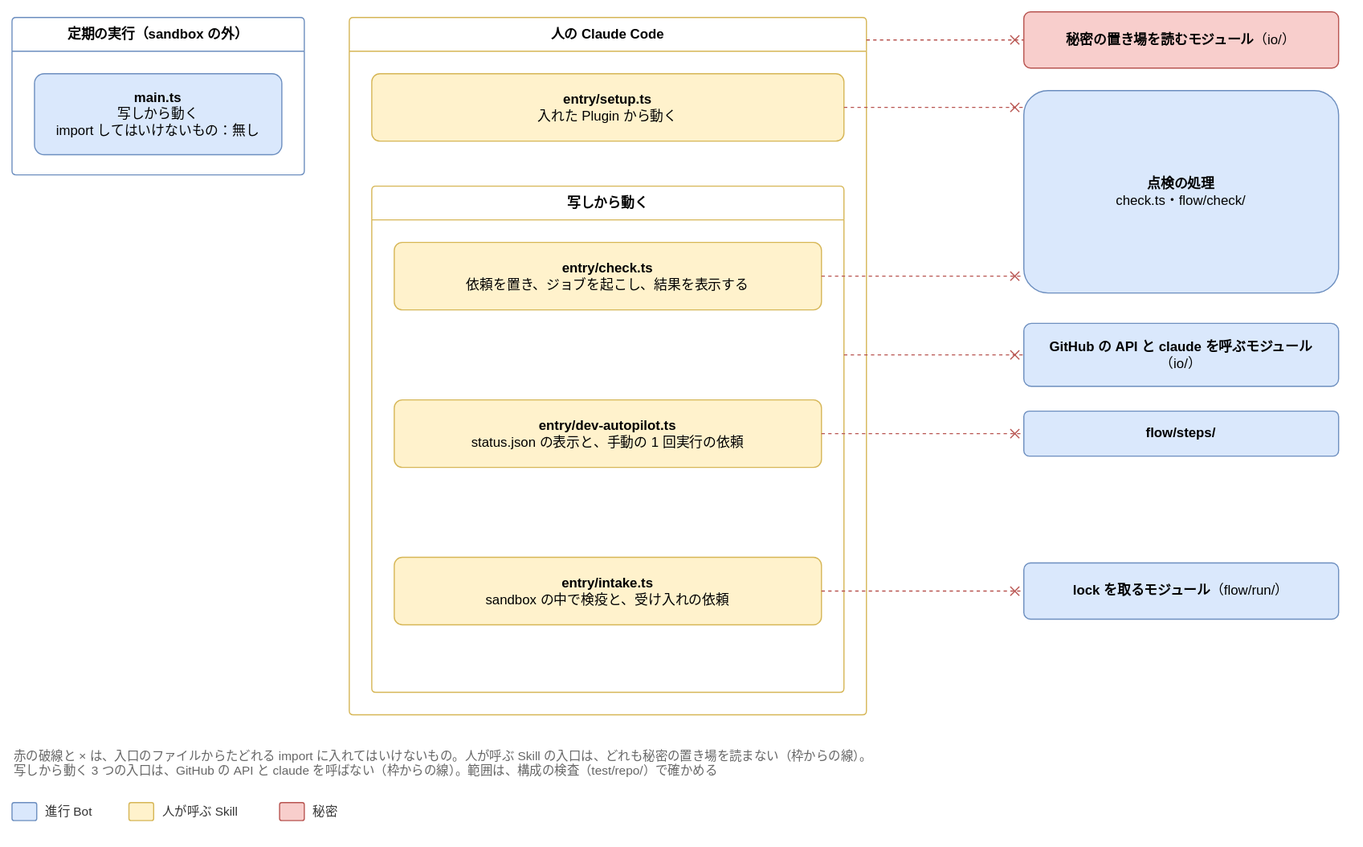
The draw.io diagram docs/design/detailed/diagrams/00-entries.drawio.svg in Joymerrevent/dev-autopilot, before a commit. Source tidied: cells renumbered, new cells last; positions are measured from the earlier drawing's top-left corner, leaving out a move shared by most shapes.
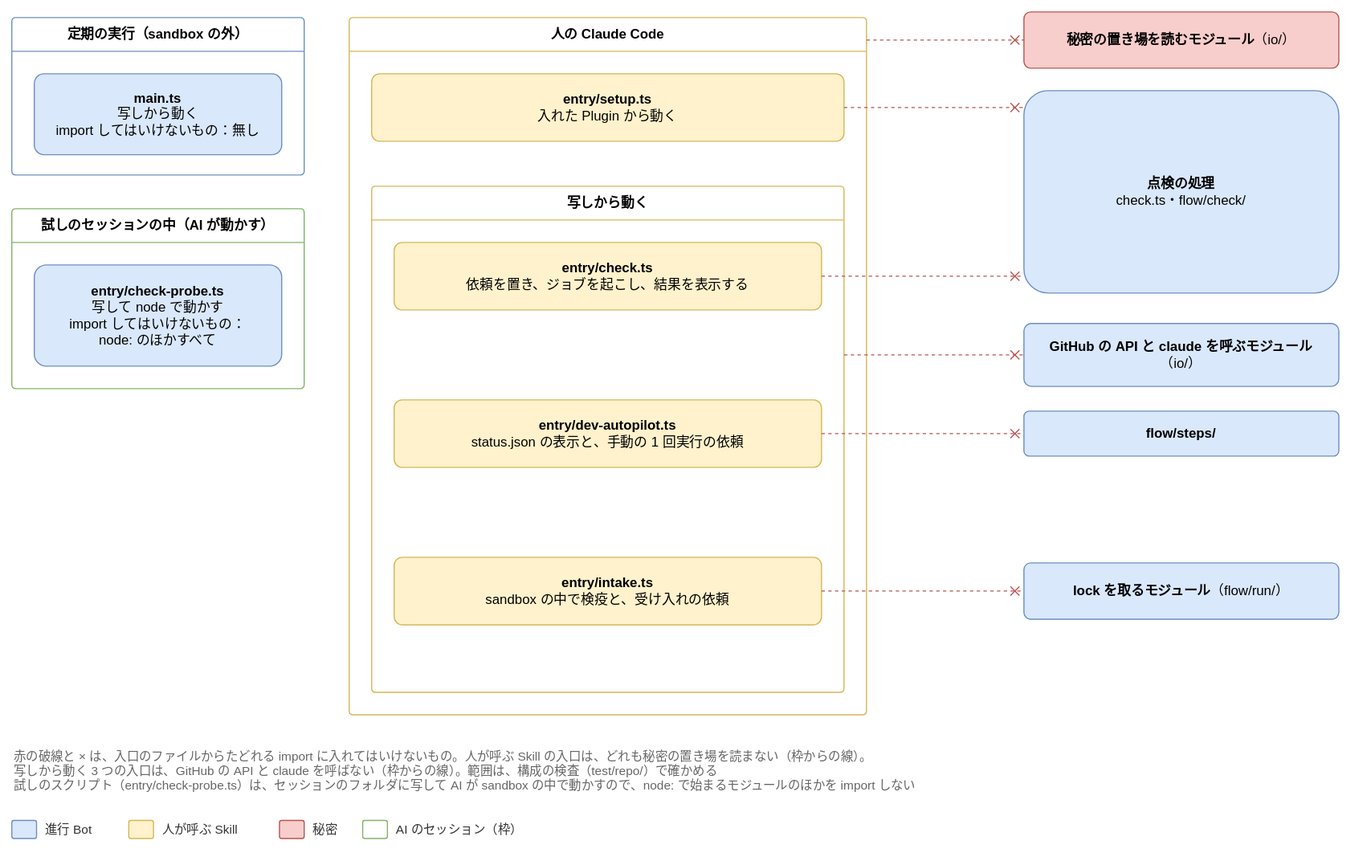
Later version of the same file.

Commit message:
docs(design): 詳細設計の README と入口の図に、点検の文書と試しのスクリプトの入口を載せる

文書の一覧の 04 を「あり」にし、logic/check/ に点検の結果の形と試しのセッションの判定を足す。
試しのスクリプト entry/check-probe.ts を、モジュールの一覧と入口ごとの import の範囲
（node: のほかを import しない）と、図 00-entries に足す。

Claude-Session: https://claude.ai/code/session_01LvmXQN14Y95msvojZ6hWNP

What changed in the source:
```diff
@@ -8,6 +8,12 @@
     <mxCell id="3" value="&lt;b&gt;main.ts&lt;/b&gt;&lt;br&gt;写しから動く&lt;br&gt;import してはいけないもの：無し" style="rounded=1;whiteSpace=wrap;html=1;fontSize=12;arcSize=12;spacing=12;fillColor=#dae8fc;strokeColor=#6c8ebf;" parent="2" vertex="1">
       <mxGeometry x="20" y="50" width="220" height="72" as="geometry" />
     </mxCell>
+    <mxCell id="28" value="試しのセッションの中（AI が動かす）" style="swimlane;startSize=30;html=1;whiteSpace=wrap;rounded=1;arcSize=4;fontStyle=1;fontSize=12;fillColor=none;swimlaneFillColor=none;strokeColor=#82b366;" parent="1" vertex="1">
+      <mxGeometry y="175" width="260" height="160" as="geometry" />
+    </mxCell>
+    <mxCell id="29" value="&lt;b&gt;entry/check-probe.ts&lt;/b&gt;&lt;br&gt;写して node で動かす&lt;br&gt;import してはいけないもの：&lt;br&gt;node: のほかすべて" style="rounded=1;whiteSpace=wrap;html=1;fontSize=12;arcSize=12;spacing=12;fillColor=#dae8fc;strokeColor=#6c8ebf;" parent="28" vertex="1">
+      <mxGeometry x="20" y="50" width="220" height="90" as="geometry" />
+    </mxCell>
     <mxCell id="4" value="人の Claude Code" style="swimlane;startSize=30;html=1;whiteSpace=wrap;rounded=1;arcSize=4;fontStyle=1;fontSize=12;fillColor=none;swimlaneFillColor=none;strokeColor=#d6b656;" parent="1" vertex="1">
       <mxGeometry x="300" y="5" width="460" height="620" as="geometry" />
     </mxCell>
@@ -59,26 +65,32 @@
     <mxCell id="20" style="edgeStyle=orthogonalEdgeStyle;rounded=1;html=1;endArrow=block;endFill=1;fontSize=11;labelBackgroundColor=#ffffff;dashed=1;strokeColor=#b85450;fontColor=#b85450;endArrow=cross;endFill=0;exitX=1;exitY=0.5;exitDx=0;exitDy=0;entryX=0;entryY=0.5;entryDx=0;entryDy=0;" parent="1" edge="1" source="9" target="14">
       <mxGeometry relative="1" as="geometry" />
     </mxCell>
-    <mxCell id="21" value="赤の破線と × は、入口のファイルからたどれる import に入れてはいけないもの。人が呼ぶ Skill の入口は、どれも秘密の置き場を読まない（枠からの線）。&lt;br&gt;写しから動く 3 つの入口は、GitHub の API と claude を呼ばない（枠からの線）。範囲は、構成の検査（test/repo/）で確かめる" style="text;html=1;whiteSpace=wrap;align=left;verticalAlign=top;fontSize=11;fontColor=#666666;" parent="1" vertex="1">
-      <mxGeometry y="649" width="1180" height="40" as="geometry" />
+    <mxCell id="21" value="赤の破線と × は、入口のファイルからたどれる import に入れてはいけないもの。人が呼ぶ Skill の入口は、どれも秘密の置き場を読まない（枠からの線）。&lt;br&gt;写しから動く 3 つの入口は、GitHub の API と claude を呼ばない（枠からの線）。範囲は、構成の検査（test/repo/）で確かめる&lt;br&gt;試しのスクリプト（entry/check-probe.ts）は、セッションのフォルダに写して AI が sandbox の中で動かすので、node: で始まるモジュールのほかを import しない" style="text;html=1;whiteSpace=wrap;align=left;verticalAlign=top;fontSize=11;fontColor=#666666;" parent="1" vertex="1">
+      <mxGeometry y="649" width="1180" height="56" as="geometry" />
     </mxCell>
     <mxCell id="22" style="rounded=1;whiteSpace=wrap;html=1;fontSize=12;arcSize=12;spacing=12;fillColor=#dae8fc;strokeColor=#6c8ebf;" parent="1" vertex="1">
-      <mxGeometry y="703" width="22" height="16" as="geometry" />
+      <mxGeometry y="719" width="22" height="16" as="geometry" />
     </mxCell>
     <mxCell id="23" value="進行 Bot" style="text;html=1;align=left;verticalAlign=middle;fontSize=11;fontColor=#333333;" parent="1" vertex="1">
-      <mxGeometry x="28" y="701" width="60" height="20" as="geometry" />
+      <mxGeometry x="28" y="717" width="60" height="20" as="geometry" />
     </mxCell>
     <mxCell id="24" style="rounded=1;whiteSpace=wrap;html=1;fontSize=12;arcSize=12;spacing=12;fillColor=#fff2cc;strokeColor=#d6b656;" parent="1" vertex="1">
-      <mxGeometry x="104" y="703" width="22" height="16" as="geometry" />
+      <mxGeometry x="104" y="719" width="22" height="16" as="geometry" />
     </mxCell>
     <mxCell id="25" value="人が呼ぶ Skill" style="text;html=1;align=left;verticalAlign=middle;fontSize=11;fontColor=#333333;" parent="1" vertex="1">
-      <mxGeometry x="132" y="701" width="90" height="20" as="geometry" />
+      <mxGeometry x="132" y="717" width="90" height="20" as="geometry" />
     </mxCell>
     <mxCell id="26" style="rounded=1;whiteSpace=wrap;html=1;fontSize=12;arcSize=12;spacing=12;fillColor=#f8cecc;strokeColor=#b85450;" parent="1" vertex="1">
-      <mxGeometry x="238" y="703" width="22" height="16" as="geometry" />
+      <mxGeometry x="238" y="719" width="22" height="16" as="geometry" />
     </mxCell>
     <mxCell id="27" value="秘密" style="text;html=1;align=left;verticalAlign=middle;fontSize=11;fontColor=#333333;" parent="1" vertex="1">
-      <mxGeometry x="266" y="701" width="30" height="20" as="geometry" />
+      <mxGeometry x="266" y="717" width="30" height="20" as="geometry" />
     </mxCell>
+    <mxCell id="30" style="rounded=1;whiteSpace=wrap;html=1;fontSize=12;arcSize=12;spacing=12;fillColor=none;strokeColor=#82b366;" parent="1" vertex="1">
+      <mxGeometry x="312" y="719" width="22" height="16" as="geometry" />
+    </mxCell>
+    <mxCell id="31" value="AI のセッション（枠）" style="text;html=1;align=left;verticalAlign=middle;fontSize=11;fontColor=#333333;" parent="1" vertex="1">
+      <mxGeometry x="340" y="717" width="130" height="20" as="geometry" />
+    </mxCell>
   </root>
 </mxGraphModel>
```
